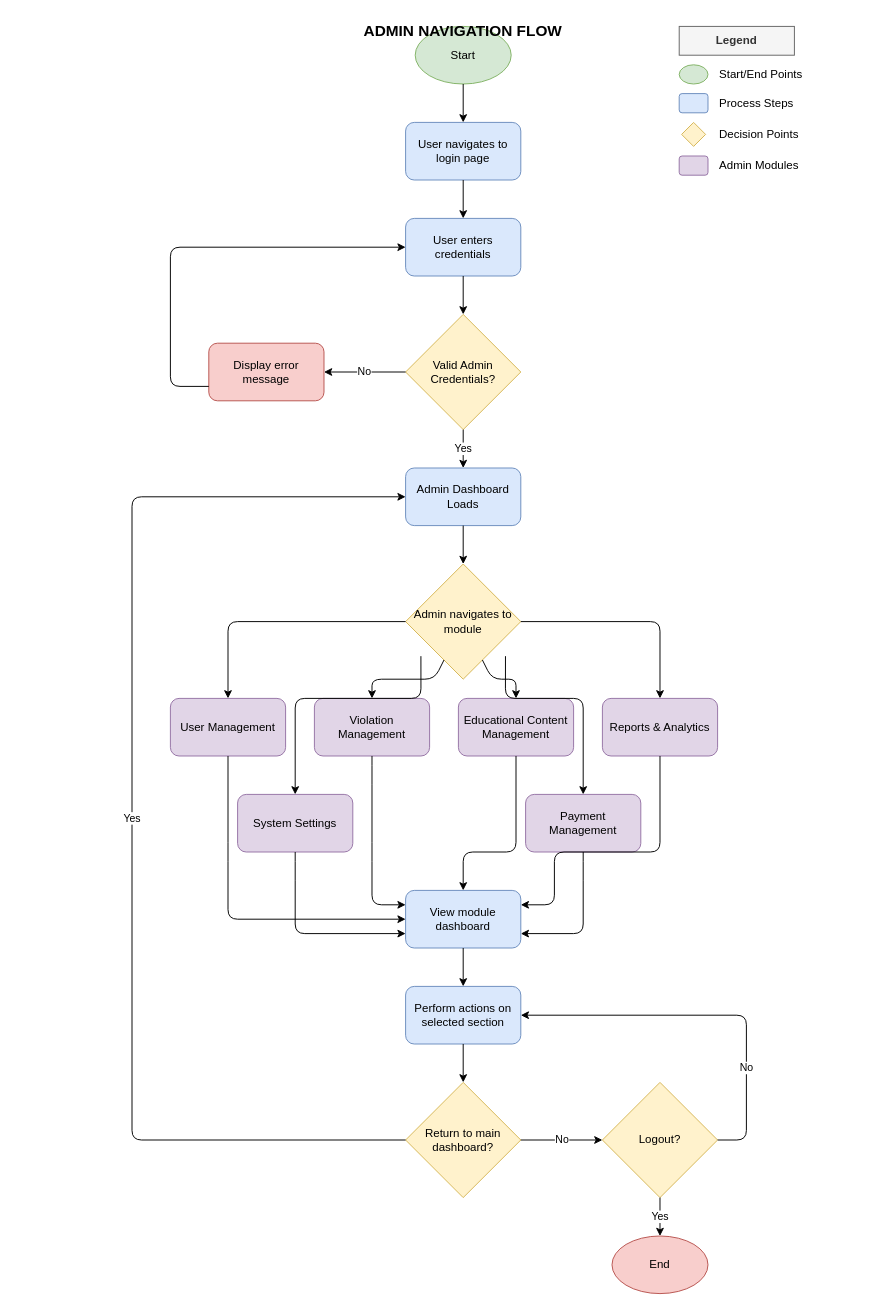
PotatoLover169/CTTMO-Traffic-violation-Management-System keeps this draw.io diagram as admin_navigation_flow.drawio. Above is the earlier version. Source tidied: cells renumbered, new cells numbered last; positions are measured from the earlier drawing's top-left corner, leaving out a move shared by most shapes. Both pictures are drawn from the tidied source at 96%, with x=0, y=0 at pixel (132, 16).
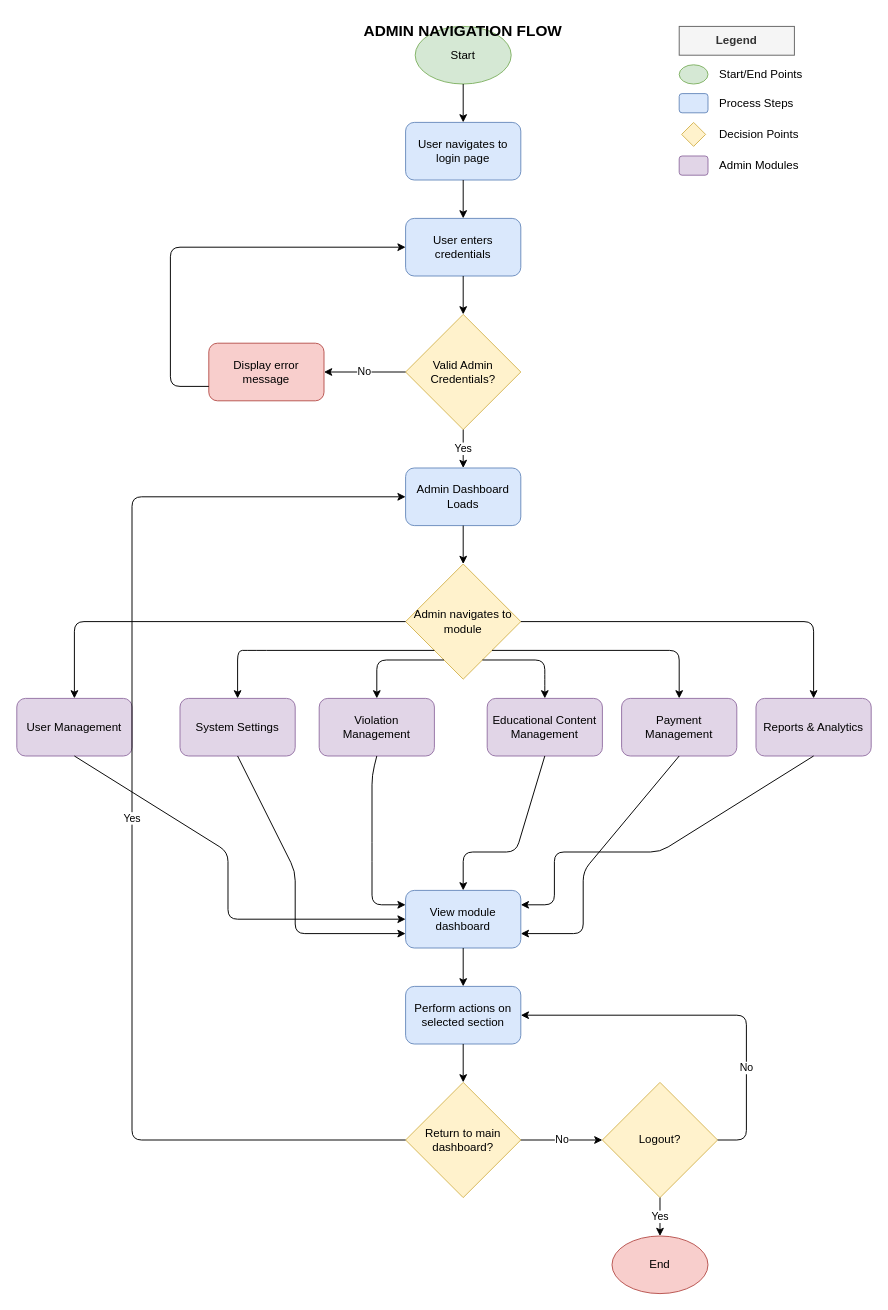
After the change.

The change refers to these unchanged cells:
```xml
<mxCell id="8" value="Admin navigates to module" style="rhombus;whiteSpace=wrap;html=1;fillColor=#fff2cc;strokeColor=#d6b656;" parent="1" vertex="1">
  <mxGeometry x="285" y="570" width="120" height="120" as="geometry" />
</mxCell>
```

Change to the diagram source:
```diff
@@
     <mxCell id="9" value="User Management" style="rounded=1;whiteSpace=wrap;html=1;fillColor=#e1d5e7;strokeColor=#9673a6;" parent="1" vertex="1">
-      <mxGeometry x="40" y="710" width="120" height="60" as="geometry" />
+      <mxGeometry x="-120" y="710" width="120" height="60" as="geometry" />
     </mxCell>
     <mxCell id="10" value="Violation Management" style="rounded=1;whiteSpace=wrap;html=1;fillColor=#e1d5e7;strokeColor=#9673a6;" parent="1" vertex="1">
-      <mxGeometry x="190" y="710" width="120" height="60" as="geometry" />
+      <mxGeometry x="195" y="710" width="120" height="60" as="geometry" />
     </mxCell>
     <mxCell id="11" value="Educational Content Management" style="rounded=1;whiteSpace=wrap;html=1;fillColor=#e1d5e7;strokeColor=#9673a6;" parent="1" vertex="1">
-      <mxGeometry x="340" y="710" width="120" height="60" as="geometry" />
+      <mxGeometry x="370" y="710" width="120" height="60" as="geometry" />
     </mxCell>
     <mxCell id="12" value="Reports &amp; Analytics" style="rounded=1;whiteSpace=wrap;html=1;fillColor=#e1d5e7;strokeColor=#9673a6;" parent="1" vertex="1">
-      <mxGeometry x="490" y="710" width="120" height="60" as="geometry" />
+      <mxGeometry x="650" y="710" width="120" height="60" as="geometry" />
     </mxCell>
     <mxCell id="13" value="System Settings" style="rounded=1;whiteSpace=wrap;html=1;fillColor=#e1d5e7;strokeColor=#9673a6;" parent="1" vertex="1">
-      <mxGeometry x="110" y="810" width="120" height="60" as="geometry" />
+      <mxGeometry x="50" y="710" width="120" height="60" as="geometry" />
     </mxCell>
     <mxCell id="14" value="Payment Management" style="rounded=1;whiteSpace=wrap;html=1;fillColor=#e1d5e7;strokeColor=#9673a6;" parent="1" vertex="1">
-      <mxGeometry x="410" y="810" width="120" height="60" as="geometry" />
+      <mxGeometry x="510" y="710" width="120" height="60" as="geometry" />
     </mxCell>
@@
     <mxCell id="27" style="endArrow=classic;html=1;exitX=0;exitY=0.5;exitDx=0;exitDy=0;entryX=0.5;entryY=0;entryDx=0;entryDy=0;" parent="1" edge="1" source="8" target="9">
       <mxGeometry relative="1" as="geometry">
         <Array as="points">
-          <mxPoint x="100" y="630" />
+          <mxPoint x="-60" y="630" />
         </Array>
       </mxGeometry>
     </mxCell>
     <mxCell id="28" style="endArrow=classic;html=1;exitX=0.25;exitY=1;exitDx=0;exitDy=0;entryX=0.5;entryY=0;entryDx=0;entryDy=0;" parent="1" edge="1" source="8" target="10">
       <mxGeometry relative="1" as="geometry">
         <Array as="points">
-          <mxPoint x="315" y="690" />
-          <mxPoint x="250" y="690" />
+          <mxPoint x="255" y="670" />
         </Array>
       </mxGeometry>
     </mxCell>
     <mxCell id="29" style="endArrow=classic;html=1;exitX=0.75;exitY=1;exitDx=0;exitDy=0;entryX=0.5;entryY=0;entryDx=0;entryDy=0;" parent="1" edge="1" source="8" target="11">
       <mxGeometry relative="1" as="geometry">
         <Array as="points">
-          <mxPoint x="375" y="690" />
-          <mxPoint x="400" y="690" />
+          <mxPoint x="430" y="670" />
+          <mxPoint x="430" y="690" />
         </Array>
       </mxGeometry>
     </mxCell>
     <mxCell id="30" style="endArrow=classic;html=1;exitX=1;exitY=0.5;exitDx=0;exitDy=0;entryX=0.5;entryY=0;entryDx=0;entryDy=0;" parent="1" edge="1" source="8" target="12">
       <mxGeometry relative="1" as="geometry">
         <Array as="points">
-          <mxPoint x="550" y="630" />
+          <mxPoint x="710" y="630" />
         </Array>
       </mxGeometry>
     </mxCell>
-    <mxCell id="31" style="endArrow=classic;html=1;exitX=0.133;exitY=0.8;exitDx=0;exitDy=0;entryX=0.5;entryY=0;entryDx=0;entryDy=0;exitPerimeter=0;" parent="1" edge="1" source="8" target="13">
+    <mxCell id="31" style="endArrow=classic;html=1;exitX=0;exitY=1;exitDx=0;exitDy=0;entryX=0.5;entryY=0;entryDx=0;entryDy=0;" parent="1" edge="1" source="8" target="13">
       <mxGeometry relative="1" as="geometry">
         <Array as="points">
-          <mxPoint x="301" y="710" />
-          <mxPoint x="170" y="710" />
+          <mxPoint x="130" y="660" />
+          <mxPoint x="110" y="660" />
         </Array>
       </mxGeometry>
     </mxCell>
-    <mxCell id="32" style="endArrow=classic;html=1;exitX=0.867;exitY=0.8;exitDx=0;exitDy=0;entryX=0.5;entryY=0;entryDx=0;entryDy=0;exitPerimeter=0;" parent="1" edge="1" source="8" target="14">
+    <mxCell id="32" style="endArrow=classic;html=1;entryX=0.5;entryY=0;entryDx=0;entryDy=0;exitX=1;exitY=1;exitDx=0;exitDy=0;" parent="1" edge="1" source="8" target="14">
       <mxGeometry relative="1" as="geometry">
         <Array as="points">
-          <mxPoint x="389" y="710" />
-          <mxPoint x="470" y="710" />
+          <mxPoint x="570" y="660" />
         </Array>
       </mxGeometry>
     </mxCell>
```
